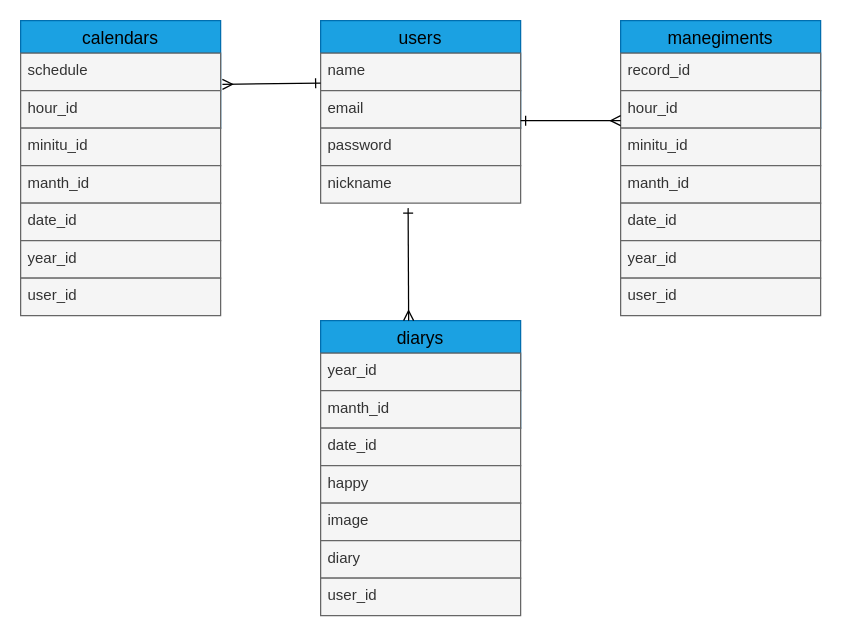
kamoshidadesu/babymana keeps this draw.io diagram as babymana.dio. Above is the earlier version. Source tidied: cells renumbered, new cells numbered last; positions are measured from the earlier drawing's top-left corner, leaving out a move shared by most shapes. Both pictures are drawn from the tidied source at 125%, with x=0, y=0 at pixel (20, 20).
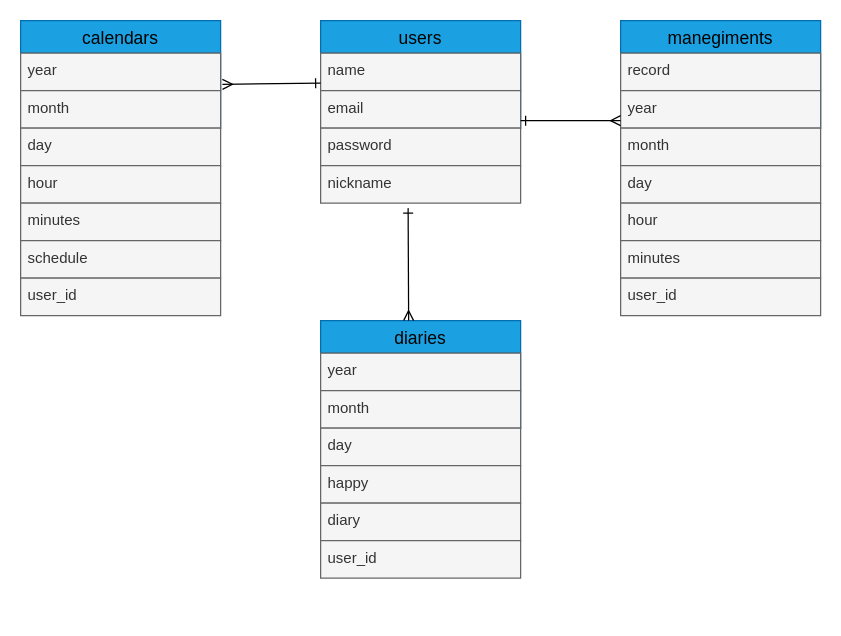
The same page after the edit.

The change refers to these unchanged cells:
```xml
<mxCell id="10" style="group;" parent="1" vertex="1">
  <mxGeometry width="160" height="236" as="geometry" />
</mxCell>
<mxCell id="11" style="group;" parent="10" vertex="1">
  <mxGeometry width="160" height="146" as="geometry" />
</mxCell>
<mxCell id="12" style="group;" parent="11" vertex="1">
  <mxGeometry width="160" height="116" as="geometry" />
</mxCell>
<mxCell id="14" style="group;" parent="13" vertex="1">
  <mxGeometry y="26" width="160" height="60" as="geometry" />
</mxCell>
<mxCell id="22" style="group;" parent="1" vertex="1">
  <mxGeometry x="240" y="240" width="160" height="236" as="geometry" />
</mxCell>
<mxCell id="24" style="group;" parent="23" vertex="1">
  <mxGeometry width="160" height="116" as="geometry" />
</mxCell>
<mxCell id="26" style="group;" parent="25" vertex="1">
  <mxGeometry y="26" width="160" height="60" as="geometry" />
</mxCell>
<mxCell id="34" style="group;" parent="1" vertex="1">
  <mxGeometry x="480" width="160" height="236" as="geometry" />
</mxCell>
<mxCell id="35" style="group;" parent="34" vertex="1">
  <mxGeometry width="160" height="146" as="geometry" />
</mxCell>
<mxCell id="36" style="group;" parent="35" vertex="1">
  <mxGeometry width="160" height="116" as="geometry" />
</mxCell>
<mxCell id="38" style="group;" parent="37" vertex="1">
  <mxGeometry y="26" width="160" height="60" as="geometry" />
</mxCell>
```

What changed in the source:
```diff
@@
-    <mxCell id="15" value="schedule" style="text;strokeColor=#666666;fillColor=#f5f5f5;spacingLeft=4;spacingRight=4;overflow=hidden;points=[[0,0.5],[1,0.5]];portConstraint=eastwest;fontSize=12;fontColor=#333333;" parent="14" vertex="1">
+    <mxCell id="15" value="year" style="text;strokeColor=#666666;fillColor=#f5f5f5;spacingLeft=4;spacingRight=4;overflow=hidden;points=[[0,0.5],[1,0.5]];portConstraint=eastwest;fontSize=12;fontColor=#333333;" parent="14" vertex="1">
       <mxGeometry width="160" height="30" as="geometry" />
     </mxCell>
-    <mxCell id="16" value="hour_id" style="text;strokeColor=#666666;fillColor=#f5f5f5;spacingLeft=4;spacingRight=4;overflow=hidden;fontSize=12;fontColor=#333333;" parent="14" vertex="1">
+    <mxCell id="16" value="month" style="text;strokeColor=#666666;fillColor=#f5f5f5;spacingLeft=4;spacingRight=4;overflow=hidden;fontSize=12;fontColor=#333333;" parent="14" vertex="1">
       <mxGeometry y="30" width="160" height="30" as="geometry" />
     </mxCell>
-    <mxCell id="17" value="minitu_id" style="text;strokeColor=#666666;fillColor=#f5f5f5;spacingLeft=4;spacingRight=4;overflow=hidden;fontSize=12;fontColor=#333333;" parent="12" vertex="1">
+    <mxCell id="17" value="day" style="text;strokeColor=#666666;fillColor=#f5f5f5;spacingLeft=4;spacingRight=4;overflow=hidden;fontSize=12;fontColor=#333333;" parent="12" vertex="1">
       <mxGeometry y="86" width="160" height="30" as="geometry" />
     </mxCell>
-    <mxCell id="18" value="manth_id" style="text;strokeColor=#666666;fillColor=#f5f5f5;spacingLeft=4;spacingRight=4;overflow=hidden;fontSize=12;fontColor=#333333;" parent="11" vertex="1">
+    <mxCell id="18" value="hour" style="text;strokeColor=#666666;fillColor=#f5f5f5;spacingLeft=4;spacingRight=4;overflow=hidden;fontSize=12;fontColor=#333333;" parent="11" vertex="1">
       <mxGeometry y="116" width="160" height="30" as="geometry" />
     </mxCell>
-    <mxCell id="19" value="date_id" style="text;strokeColor=#666666;fillColor=#f5f5f5;spacingLeft=4;spacingRight=4;overflow=hidden;fontSize=12;fontColor=#333333;" parent="10" vertex="1">
+    <mxCell id="19" value="minutes" style="text;strokeColor=#666666;fillColor=#f5f5f5;spacingLeft=4;spacingRight=4;overflow=hidden;fontSize=12;fontColor=#333333;" parent="10" vertex="1">
       <mxGeometry y="146" width="160" height="30" as="geometry" />
     </mxCell>
-    <mxCell id="20" value="year_id" style="text;strokeColor=#666666;fillColor=#f5f5f5;spacingLeft=4;spacingRight=4;overflow=hidden;fontSize=12;fontColor=#333333;" parent="10" vertex="1">
+    <mxCell id="20" value="schedule" style="text;strokeColor=#666666;fillColor=#f5f5f5;spacingLeft=4;spacingRight=4;overflow=hidden;fontSize=12;fontColor=#333333;" parent="10" vertex="1">
       <mxGeometry y="176" width="160" height="30" as="geometry" />
     </mxCell>
@@
-    <mxCell id="25" value="diarys" style="swimlane;fontStyle=0;horizontal=1;startSize=26;align=center;fontSize=14;strokeColor=#006EAF;fillColor=#1ba1e2;fontColor=#000000;swimlaneFillColor=none;" parent="24" vertex="1">
+    <mxCell id="25" value="diaries" style="swimlane;fontStyle=0;horizontal=1;startSize=26;align=center;fontSize=14;strokeColor=#006EAF;fillColor=#1ba1e2;fontColor=#000000;swimlaneFillColor=none;" parent="24" vertex="1">
       <mxGeometry width="160" height="86" as="geometry" />
     </mxCell>
@@
-    <mxCell id="27" value="year_id" style="text;strokeColor=#666666;fillColor=#f5f5f5;spacingLeft=4;spacingRight=4;overflow=hidden;fontSize=12;fontColor=#333333;" parent="26" vertex="1">
+    <mxCell id="27" value="year" style="text;strokeColor=#666666;fillColor=#f5f5f5;spacingLeft=4;spacingRight=4;overflow=hidden;fontSize=12;fontColor=#333333;" parent="26" vertex="1">
       <mxGeometry width="160" height="30" as="geometry" />
     </mxCell>
-    <mxCell id="28" value="manth_id" style="text;strokeColor=#666666;fillColor=#f5f5f5;spacingLeft=4;spacingRight=4;overflow=hidden;fontSize=12;fontColor=#333333;" parent="26" vertex="1">
+    <mxCell id="28" value="month" style="text;strokeColor=#666666;fillColor=#f5f5f5;spacingLeft=4;spacingRight=4;overflow=hidden;fontSize=12;fontColor=#333333;" parent="26" vertex="1">
       <mxGeometry y="30" width="160" height="30" as="geometry" />
     </mxCell>
-    <mxCell id="29" value="date_id" style="text;strokeColor=#666666;fillColor=#f5f5f5;spacingLeft=4;spacingRight=4;overflow=hidden;fontSize=12;fontColor=#333333;" parent="24" vertex="1">
+    <mxCell id="29" value="day" style="text;strokeColor=#666666;fillColor=#f5f5f5;spacingLeft=4;spacingRight=4;overflow=hidden;fontSize=12;fontColor=#333333;" parent="24" vertex="1">
       <mxGeometry y="86" width="160" height="30" as="geometry" />
     </mxCell>
@@
-    <mxCell id="31" value="image" style="text;strokeColor=#666666;fillColor=#f5f5f5;spacingLeft=4;spacingRight=4;overflow=hidden;fontSize=12;fontColor=#333333;" parent="22" vertex="1">
-      <mxGeometry y="146" width="160" height="30" as="geometry" />
-    </mxCell>
     <mxCell id="32" value="diary" style="text;strokeColor=#666666;fillColor=#f5f5f5;spacingLeft=4;spacingRight=4;overflow=hidden;fontSize=12;fontColor=#333333;" parent="22" vertex="1">
-      <mxGeometry y="176" width="160" height="30" as="geometry" />
+      <mxGeometry y="146" width="160" height="30" as="geometry" />
     </mxCell>
     <mxCell id="33" value="user_id" style="text;strokeColor=#666666;fillColor=#f5f5f5;spacingLeft=4;spacingRight=4;overflow=hidden;fontSize=12;fontColor=#333333;" parent="22" vertex="1">
-      <mxGeometry y="206" width="160" height="30" as="geometry" />
+      <mxGeometry y="176" width="160" height="30" as="geometry" />
     </mxCell>
@@
-    <mxCell id="39" value="record_id" style="text;strokeColor=#666666;fillColor=#f5f5f5;spacingLeft=4;spacingRight=4;overflow=hidden;fontSize=12;fontColor=#333333;" parent="38" vertex="1">
+    <mxCell id="39" value="record" style="text;strokeColor=#666666;fillColor=#f5f5f5;spacingLeft=4;spacingRight=4;overflow=hidden;fontSize=12;fontColor=#333333;" parent="38" vertex="1">
       <mxGeometry width="160" height="30" as="geometry" />
     </mxCell>
-    <mxCell id="40" value="hour_id" style="text;strokeColor=#666666;fillColor=#f5f5f5;spacingLeft=4;spacingRight=4;overflow=hidden;points=[[0,0.5],[1,0.5]];portConstraint=eastwest;fontSize=12;fontColor=#333333;" parent="38" vertex="1">
+    <mxCell id="40" value="year" style="text;strokeColor=#666666;fillColor=#f5f5f5;spacingLeft=4;spacingRight=4;overflow=hidden;points=[[0,0.5],[1,0.5]];portConstraint=eastwest;fontSize=12;fontColor=#333333;" parent="38" vertex="1">
       <mxGeometry y="30" width="160" height="30" as="geometry" />
     </mxCell>
-    <mxCell id="41" value="minitu_id" style="text;strokeColor=#666666;fillColor=#f5f5f5;spacingLeft=4;spacingRight=4;overflow=hidden;fontSize=12;fontColor=#333333;" parent="36" vertex="1">
+    <mxCell id="41" value="month" style="text;strokeColor=#666666;fillColor=#f5f5f5;spacingLeft=4;spacingRight=4;overflow=hidden;fontSize=12;fontColor=#333333;" parent="36" vertex="1">
       <mxGeometry y="86" width="160" height="30" as="geometry" />
     </mxCell>
-    <mxCell id="42" value="manth_id" style="text;strokeColor=#666666;fillColor=#f5f5f5;spacingLeft=4;spacingRight=4;overflow=hidden;fontSize=12;fontColor=#333333;" parent="35" vertex="1">
+    <mxCell id="42" value="day" style="text;strokeColor=#666666;fillColor=#f5f5f5;spacingLeft=4;spacingRight=4;overflow=hidden;fontSize=12;fontColor=#333333;" parent="35" vertex="1">
       <mxGeometry y="116" width="160" height="30" as="geometry" />
     </mxCell>
-    <mxCell id="43" value="date_id" style="text;strokeColor=#666666;fillColor=#f5f5f5;spacingLeft=4;spacingRight=4;overflow=hidden;fontSize=12;fontColor=#333333;" parent="34" vertex="1">
+    <mxCell id="43" value="hour" style="text;strokeColor=#666666;fillColor=#f5f5f5;spacingLeft=4;spacingRight=4;overflow=hidden;fontSize=12;fontColor=#333333;" parent="34" vertex="1">
       <mxGeometry y="146" width="160" height="30" as="geometry" />
     </mxCell>
-    <mxCell id="44" value="year_id" style="text;strokeColor=#666666;fillColor=#f5f5f5;spacingLeft=4;spacingRight=4;overflow=hidden;fontSize=12;fontColor=#333333;" parent="34" vertex="1">
+    <mxCell id="44" value="minutes" style="text;strokeColor=#666666;fillColor=#f5f5f5;spacingLeft=4;spacingRight=4;overflow=hidden;fontSize=12;fontColor=#333333;" parent="34" vertex="1">
       <mxGeometry y="176" width="160" height="30" as="geometry" />
     </mxCell>
```
